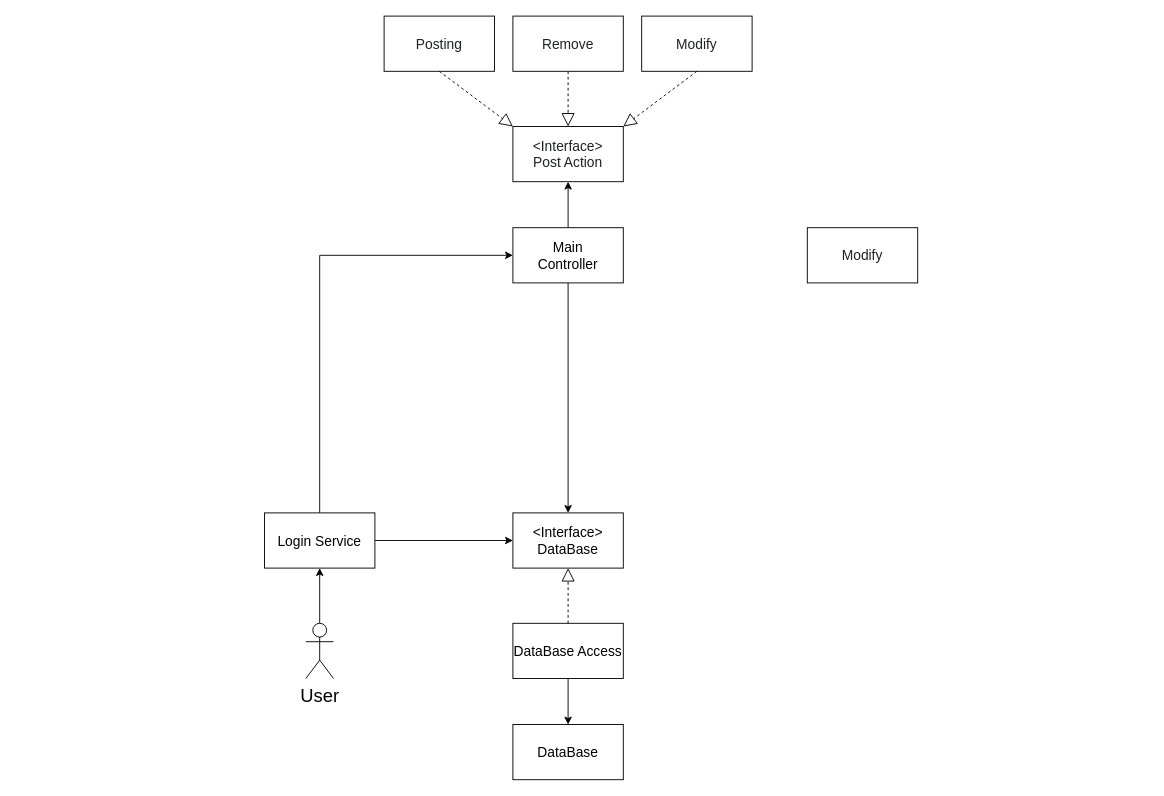
Above: diagram/Diagram.drawio in JaeHee-K/toy_diagram (draw.io), before the change. Source tidied: cells renumbered, new cells numbered last; positions are measured from the earlier drawing's top-left corner, leaving out a move shared by most shapes. Both pictures are drawn from the tidied source at 92%, with x=0, y=0 at pixel (264, 16).
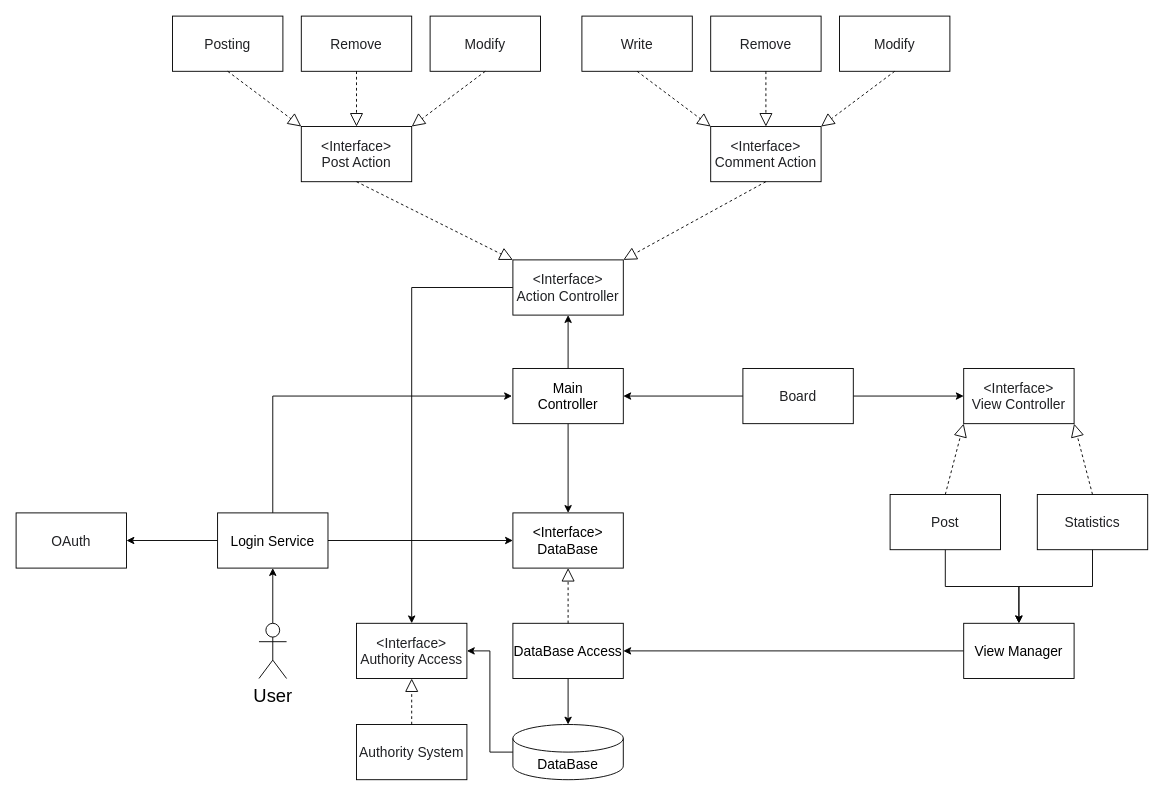
Above is the later version.

Unchanged cells that the change refers to:
```xml
<mxCell id="9" value="DataBase Access" style="whiteSpace=wrap;html=1;fontSize=15;" parent="1" vertex="1">
  <mxGeometry x="270" y="660" width="120" height="60" as="geometry" />
</mxCell>
```

What changed in the source:
```diff
@@
-    <mxCell id="4" style="edgeStyle=orthogonalEdgeStyle;rounded=0;jettySize=auto;html=1;entryX=0;entryY=0.5;entryDx=0;entryDy=0;fontFamily=Helvetica;fontSize=15;" parent="1" edge="1" source="5" target="14">
+    <mxCell id="4" style="edgeStyle=orthogonalEdgeStyle;rounded=0;jettySize=auto;html=1;entryX=0;entryY=0.5;entryDx=0;entryDy=0;fontFamily=Helvetica;fontSize=15;exitX=0.5;exitY=0;exitDx=0;exitDy=0;" parent="1" edge="1" source="5">
       <mxGeometry relative="1" as="geometry">
+        <mxPoint x="269" y="413" as="targetPoint" />
         <Array as="points">
-          <mxPoint x="60" y="260" />
+          <mxPoint x="9" y="413" />
         </Array>
       </mxGeometry>
     </mxCell>
+    <mxCell id="23" style="edgeStyle=orthogonalEdgeStyle;rounded=0;jettySize=auto;html=1;entryX=1;entryY=0.5;entryDx=0;entryDy=0;" parent="1" edge="1" source="5" target="22">
+      <mxGeometry relative="1" as="geometry" />
+    </mxCell>
     <mxCell id="5" value="Login Service" style="whiteSpace=wrap;html=1;rounded=0;glass=0;verticalAlign=middle;fontFamily=Helvetica;fontSize=15;labelBackgroundColor=none;labelBorderColor=none;" parent="1" vertex="1">
-      <mxGeometry y="540" width="120" height="60" as="geometry" />
+      <mxGeometry x="-51" y="540" width="120" height="60" as="geometry" />
     </mxCell>
@@
     <mxCell id="7" value="User" style="shape=umlActor;verticalLabelPosition=bottom;verticalAlign=top;html=1;outlineConnect=0;fontSize=20;" parent="1" vertex="1">
-      <mxGeometry x="45" y="660" width="30" height="60" as="geometry" />
+      <mxGeometry x="-6" y="660" width="30" height="60" as="geometry" />
     </mxCell>
-    <mxCell id="8" style="edgeStyle=orthogonalEdgeStyle;rounded=0;jettySize=auto;html=1;exitX=0.5;exitY=1;exitDx=0;exitDy=0;entryX=0.5;entryY=0;entryDx=0;entryDy=0;fontFamily=Helvetica;fontSize=15;" parent="1" edge="1" source="9" target="11">
+    <mxCell id="8" style="edgeStyle=orthogonalEdgeStyle;rounded=0;jettySize=auto;html=1;exitX=0.5;exitY=1;exitDx=0;exitDy=0;entryX=0.5;entryY=0;entryDx=0;entryDy=0;entryPerimeter=0;fontSize=15;" parent="1" edge="1" source="9" target="11">
       <mxGeometry relative="1" as="geometry" />
     </mxCell>
@@
-    <mxCell id="11" value="DataBase" style="whiteSpace=wrap;html=1;fontSize=15;" parent="1" vertex="1">
-      <mxGeometry x="270" y="770" width="120" height="60" as="geometry" />
-    </mxCell>
-    <mxCell id="12" style="edgeStyle=orthogonalEdgeStyle;rounded=0;jettySize=auto;html=1;exitX=0.5;exitY=0;exitDx=0;exitDy=0;entryX=0.5;entryY=1;entryDx=0;entryDy=0;fontFamily=Helvetica;fontSize=15;" parent="1" edge="1" source="14" target="16">
-      <mxGeometry relative="1" as="geometry" />
-    </mxCell>
+    <mxCell id="24" style="edgeStyle=orthogonalEdgeStyle;rounded=0;jettySize=auto;html=1;entryX=1;entryY=0.5;entryDx=0;entryDy=0;exitX=0;exitY=0.5;exitDx=0;exitDy=0;exitPerimeter=0;" parent="1" edge="1" source="11" target="38">
+      <mxGeometry relative="1" as="geometry" />
+    </mxCell>
@@
+    <mxCell id="25" style="edgeStyle=orthogonalEdgeStyle;rounded=0;jettySize=auto;html=1;" parent="1" edge="1" source="14" target="34">
+      <mxGeometry relative="1" as="geometry" />
+    </mxCell>
     <mxCell id="14" value="Main&lt;br&gt;Controller" style="whiteSpace=wrap;html=1;fontSize=15;" parent="1" vertex="1">
-      <mxGeometry x="270" y="230" width="120" height="60" as="geometry" />
+      <mxGeometry x="270" y="383" width="120" height="60" as="geometry" />
     </mxCell>
     <mxCell id="15" value="&lt;div style=&quot;text-align: left&quot;&gt;&lt;span&gt;&lt;font color=&quot;#202124&quot; face=&quot;apple sd gothic neo, arial, sans-serif&quot;&gt;Posting&lt;/font&gt;&lt;/span&gt;&lt;/div&gt;" style="whiteSpace=wrap;html=1;fontSize=15;" parent="1" vertex="1">
-      <mxGeometry x="130" width="120" height="60" as="geometry" />
+      <mxGeometry x="-100" width="120" height="60" as="geometry" />
     </mxCell>
     <mxCell id="16" value="&lt;div style=&quot;text-align: left&quot;&gt;&lt;font color=&quot;#202124&quot; face=&quot;apple sd gothic neo, arial, sans-serif&quot;&gt;&amp;lt;Interface&amp;gt;&lt;/font&gt;&lt;/div&gt;&lt;div&gt;&lt;font color=&quot;#202124&quot; face=&quot;apple sd gothic neo, arial, sans-serif&quot;&gt;Post Action&lt;/font&gt;&lt;/div&gt;" style="whiteSpace=wrap;html=1;fontSize=15;" parent="1" vertex="1">
-      <mxGeometry x="270" y="120" width="120" height="60" as="geometry" />
+      <mxGeometry x="40" y="120" width="120" height="60" as="geometry" />
     </mxCell>
     <mxCell id="17" value="&lt;font color=&quot;#202124&quot; face=&quot;apple sd gothic neo, arial, sans-serif&quot;&gt;Remove&lt;/font&gt;" style="whiteSpace=wrap;html=1;fontSize=15;" parent="1" vertex="1">
-      <mxGeometry x="270" width="120" height="60" as="geometry" />
+      <mxGeometry x="40" width="120" height="60" as="geometry" />
     </mxCell>
     <mxCell id="18" value="&lt;font color=&quot;#202124&quot; face=&quot;apple sd gothic neo, arial, sans-serif&quot;&gt;Modify&lt;/font&gt;" style="whiteSpace=wrap;html=1;fontSize=15;" parent="1" vertex="1">
-      <mxGeometry x="410" width="120" height="60" as="geometry" />
+      <mxGeometry x="180" width="120" height="60" as="geometry" />
     </mxCell>
@@
     <mxCell id="20" style="endArrow=block;dashed=1;endFill=0;endSize=12;html=1;rounded=0;fontFamily=Helvetica;fontSize=20;entryX=0.5;entryY=0;entryDx=0;entryDy=0;" parent="1" edge="1" target="16">
       <mxGeometry relative="1" as="geometry">
-        <mxPoint x="330" y="60" as="sourcePoint" />
+        <mxPoint x="100" y="60" as="sourcePoint" />
       </mxGeometry>
     </mxCell>
@@
-    <mxCell id="22" value="&lt;font color=&quot;#202124&quot; face=&quot;apple sd gothic neo, arial, sans-serif&quot;&gt;Modify&lt;/font&gt;" style="whiteSpace=wrap;html=1;fontSize=15;" parent="1" vertex="1">
-      <mxGeometry x="590" y="230" width="120" height="60" as="geometry" />
+    <mxCell id="22" value="&lt;font color=&quot;#202124&quot; face=&quot;apple sd gothic neo, arial, sans-serif&quot;&gt;OAuth&lt;/font&gt;" style="whiteSpace=wrap;html=1;fontSize=15;" parent="1" vertex="1">
+      <mxGeometry x="-270" y="540" width="120" height="60" as="geometry" />
     </mxCell>
+    <mxCell id="26" value="&lt;div style=&quot;text-align: left&quot;&gt;&lt;font color=&quot;#202124&quot; face=&quot;apple sd gothic neo, arial, sans-serif&quot;&gt;Write&lt;/font&gt;&lt;/div&gt;" style="whiteSpace=wrap;html=1;fontSize=15;" parent="1" vertex="1">
+      <mxGeometry x="345" width="120" height="60" as="geometry" />
+    </mxCell>
+    <mxCell id="27" value="&lt;div&gt;&lt;font color=&quot;#202124&quot; face=&quot;apple sd gothic neo, arial, sans-serif&quot;&gt;&amp;lt;Interface&amp;gt;&lt;/font&gt;&lt;/div&gt;&lt;div&gt;&lt;font color=&quot;#202124&quot; face=&quot;apple sd gothic neo, arial, sans-serif&quot;&gt;Comment Action&lt;/font&gt;&lt;/div&gt;" style="whiteSpace=wrap;html=1;fontSize=15;align=center;" parent="1" vertex="1">
+      <mxGeometry x="485" y="120" width="120" height="60" as="geometry" />
+    </mxCell>
+    <mxCell id="28" value="&lt;font color=&quot;#202124&quot; face=&quot;apple sd gothic neo, arial, sans-serif&quot;&gt;Remove&lt;/font&gt;" style="whiteSpace=wrap;html=1;fontSize=15;" parent="1" vertex="1">
+      <mxGeometry x="485" width="120" height="60" as="geometry" />
+    </mxCell>
+    <mxCell id="29" value="&lt;font color=&quot;#202124&quot; face=&quot;apple sd gothic neo, arial, sans-serif&quot;&gt;Modify&lt;/font&gt;" style="whiteSpace=wrap;html=1;fontSize=15;" parent="1" vertex="1">
+      <mxGeometry x="625" width="120" height="60" as="geometry" />
+    </mxCell>
+    <mxCell id="30" style="endArrow=block;dashed=1;endFill=0;endSize=12;html=1;rounded=0;fontFamily=Helvetica;fontSize=20;exitX=0.5;exitY=1;exitDx=0;exitDy=0;entryX=0;entryY=0;entryDx=0;entryDy=0;" parent="1" edge="1" source="26" target="27">
+      <mxGeometry relative="1" as="geometry" />
+    </mxCell>
+    <mxCell id="31" style="endArrow=block;dashed=1;endFill=0;endSize=12;html=1;rounded=0;fontFamily=Helvetica;fontSize=20;entryX=0.5;entryY=0;entryDx=0;entryDy=0;" parent="1" edge="1" target="27">
+      <mxGeometry relative="1" as="geometry">
+        <mxPoint x="545" y="60" as="sourcePoint" />
+      </mxGeometry>
+    </mxCell>
+    <mxCell id="32" style="endArrow=block;dashed=1;endFill=0;endSize=12;html=1;rounded=0;fontFamily=Helvetica;fontSize=20;entryX=1;entryY=0;entryDx=0;entryDy=0;exitX=0.5;exitY=1;exitDx=0;exitDy=0;" parent="1" edge="1" source="29" target="27">
+      <mxGeometry relative="1" as="geometry" />
+    </mxCell>
+    <mxCell id="33" style="edgeStyle=orthogonalEdgeStyle;rounded=0;jettySize=auto;html=1;entryX=0.5;entryY=0;entryDx=0;entryDy=0;" parent="1" edge="1" source="34" target="38">
+      <mxGeometry relative="1" as="geometry" />
+    </mxCell>
+    <mxCell id="34" value="&lt;font color=&quot;#202124&quot; face=&quot;apple sd gothic neo, arial, sans-serif&quot;&gt;&amp;lt;Interface&amp;gt;&lt;br&gt;Action Controller&lt;br&gt;&lt;/font&gt;" style="whiteSpace=wrap;html=1;fontSize=15;" parent="1" vertex="1">
+      <mxGeometry x="270" y="265" width="120" height="60" as="geometry" />
+    </mxCell>
+    <mxCell id="35" style="edgeStyle=orthogonalEdgeStyle;rounded=0;jettySize=auto;html=1;entryX=1;entryY=0.5;entryDx=0;entryDy=0;" parent="1" edge="1" source="37" target="14">
+      <mxGeometry relative="1" as="geometry" />
+    </mxCell>
+    <mxCell id="36" style="edgeStyle=orthogonalEdgeStyle;rounded=0;jettySize=auto;html=1;entryX=0;entryY=0.5;entryDx=0;entryDy=0;fontSize=15;" parent="1" edge="1" source="37" target="47">
+      <mxGeometry relative="1" as="geometry" />
+    </mxCell>
+    <mxCell id="37" value="&lt;font color=&quot;#202124&quot; face=&quot;apple sd gothic neo, arial, sans-serif&quot;&gt;Board&lt;/font&gt;" style="whiteSpace=wrap;html=1;fontSize=15;" parent="1" vertex="1">
+      <mxGeometry x="520" y="383" width="120" height="60" as="geometry" />
+    </mxCell>
+    <mxCell id="38" value="&lt;font color=&quot;#202124&quot; face=&quot;apple sd gothic neo, arial, sans-serif&quot;&gt;&amp;lt;Interface&amp;gt;&lt;br&gt;Authority Access&lt;/font&gt;" style="whiteSpace=wrap;html=1;fontSize=15;" parent="1" vertex="1">
+      <mxGeometry x="100" y="660" width="120" height="60" as="geometry" />
+    </mxCell>
+    <mxCell id="39" style="endArrow=block;dashed=1;endFill=0;endSize=12;html=1;rounded=0;fontFamily=Helvetica;fontSize=20;entryX=1;entryY=0;entryDx=0;entryDy=0;exitX=0.5;exitY=1;exitDx=0;exitDy=0;" parent="1" edge="1" source="27" target="34">
+      <mxGeometry relative="1" as="geometry" />
+    </mxCell>
+    <mxCell id="40" style="endArrow=block;dashed=1;endFill=0;endSize=12;html=1;rounded=0;fontFamily=Helvetica;fontSize=20;entryX=0;entryY=0;entryDx=0;entryDy=0;exitX=0.5;exitY=1;exitDx=0;exitDy=0;" parent="1" edge="1" source="16" target="34">
+      <mxGeometry relative="1" as="geometry" />
+    </mxCell>
+    <mxCell id="41" style="edgeStyle=orthogonalEdgeStyle;rounded=0;jettySize=auto;html=1;entryX=0.5;entryY=0;entryDx=0;entryDy=0;fontSize=15;" parent="1" edge="1" source="42" target="49">
+      <mxGeometry relative="1" as="geometry" />
+    </mxCell>
+    <mxCell id="42" value="&lt;font color=&quot;#202124&quot; face=&quot;apple sd gothic neo, arial, sans-serif&quot;&gt;Statistics&lt;/font&gt;" style="whiteSpace=wrap;html=1;fontSize=15;" parent="1" vertex="1">
+      <mxGeometry x="840" y="520" width="120" height="60" as="geometry" />
+    </mxCell>
+    <mxCell id="43" value="&lt;font color=&quot;#202124&quot; face=&quot;apple sd gothic neo, arial, sans-serif&quot;&gt;Authority System&lt;/font&gt;" style="whiteSpace=wrap;html=1;fontSize=15;" parent="1" vertex="1">
+      <mxGeometry x="100" y="770" width="120" height="60" as="geometry" />
+    </mxCell>
+    <mxCell id="44" style="endArrow=block;dashed=1;endFill=0;endSize=12;html=1;rounded=0;fontFamily=Helvetica;fontSize=20;exitX=0.5;exitY=0;exitDx=0;exitDy=0;entryX=0.5;entryY=1;entryDx=0;entryDy=0;" parent="1" edge="1" source="43" target="38">
+      <mxGeometry relative="1" as="geometry" />
+    </mxCell>
+    <mxCell id="45" style="edgeStyle=orthogonalEdgeStyle;rounded=0;jettySize=auto;html=1;exitX=0.5;exitY=1;exitDx=0;exitDy=0;entryX=0.5;entryY=0;entryDx=0;entryDy=0;fontSize=15;" parent="1" edge="1" source="46" target="49">
+      <mxGeometry relative="1" as="geometry" />
+    </mxCell>
+    <mxCell id="46" value="&lt;font color=&quot;#202124&quot; face=&quot;apple sd gothic neo, arial, sans-serif&quot;&gt;Post&lt;/font&gt;" style="whiteSpace=wrap;html=1;fontSize=15;" parent="1" vertex="1">
+      <mxGeometry x="680" y="520" width="120" height="60" as="geometry" />
+    </mxCell>
+    <mxCell id="11" value="DataBase" style="shape=cylinder3;whiteSpace=wrap;html=1;boundedLbl=1;backgroundOutline=1;size=15;fontSize=15;" parent="1" vertex="1">
+      <mxGeometry x="270" y="770" width="120" height="60" as="geometry" />
+    </mxCell>
+    <mxCell id="47" value="&lt;font color=&quot;#202124&quot; face=&quot;apple sd gothic neo, arial, sans-serif&quot;&gt;&amp;lt;Interface&amp;gt;&lt;br&gt;View Controller&lt;br&gt;&lt;/font&gt;" style="whiteSpace=wrap;html=1;fontSize=15;" parent="1" vertex="1">
+      <mxGeometry x="760" y="383" width="120" height="60" as="geometry" />
+    </mxCell>
+    <mxCell id="48" style="edgeStyle=orthogonalEdgeStyle;rounded=0;jettySize=auto;html=1;entryX=1;entryY=0.5;entryDx=0;entryDy=0;fontSize=15;" parent="1" edge="1" source="49" target="9">
+      <mxGeometry relative="1" as="geometry" />
+    </mxCell>
+    <mxCell id="49" value="View Manager" style="whiteSpace=wrap;html=1;fontSize=15;" parent="1" vertex="1">
+      <mxGeometry x="760" y="660" width="120" height="60" as="geometry" />
+    </mxCell>
+    <mxCell id="50" style="endArrow=block;dashed=1;endFill=0;endSize=12;html=1;rounded=0;fontFamily=Helvetica;fontSize=20;entryX=1;entryY=1;entryDx=0;entryDy=0;exitX=0.5;exitY=0;exitDx=0;exitDy=0;" parent="1" edge="1" source="42" target="47">
+      <mxGeometry relative="1" as="geometry" />
+    </mxCell>
+    <mxCell id="51" style="endArrow=block;dashed=1;endFill=0;endSize=12;html=1;rounded=0;fontFamily=Helvetica;fontSize=20;entryX=0;entryY=1;entryDx=0;entryDy=0;exitX=0.5;exitY=0;exitDx=0;exitDy=0;" parent="1" edge="1" source="46" target="47">
+      <mxGeometry relative="1" as="geometry" />
+    </mxCell>
```
